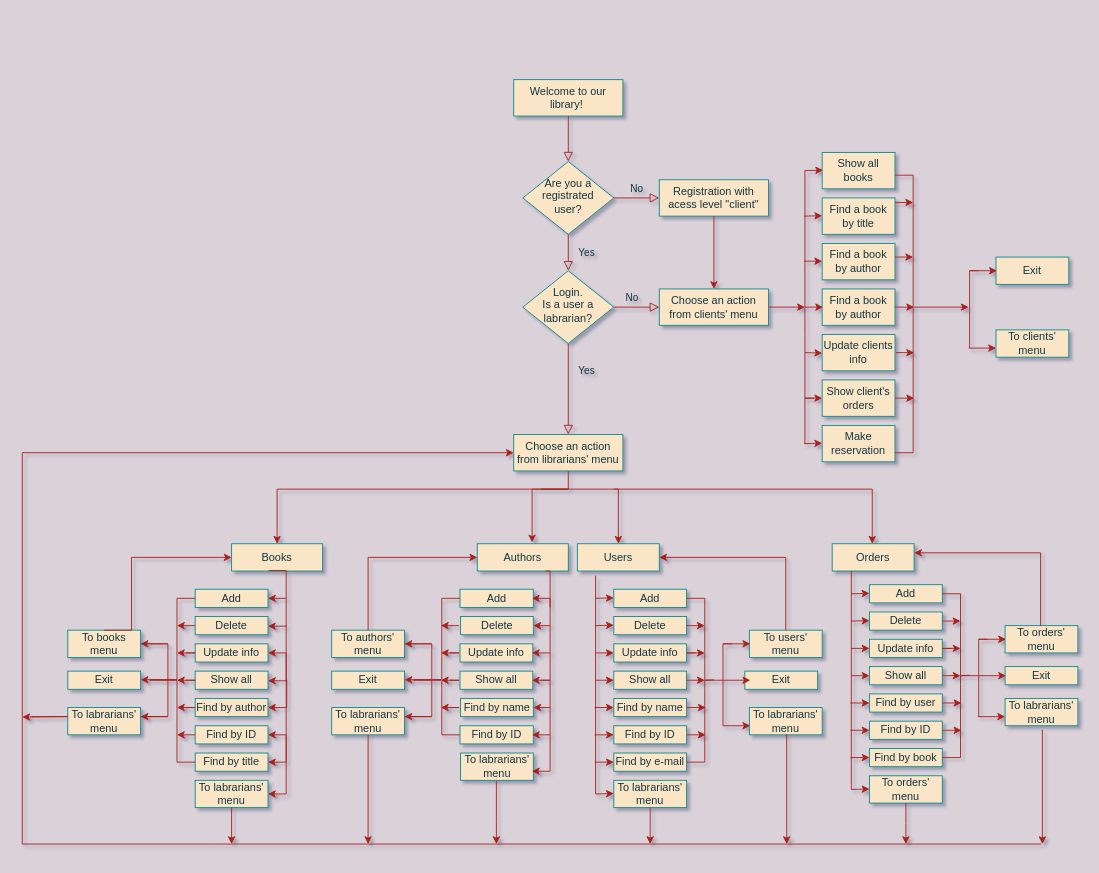
Before: presentationPrep/Untitled Diagram.drawio in Vija-M/SGT-Final-Project-Library, a draw.io diagram. Source tidied: cells renumbered, new cells numbered last; positions are measured from the earlier drawing's top-left corner, leaving out a move shared by most shapes. Both pictures are drawn from the tidied source at 91%, with x=0, y=0 at pixel (22, 79).
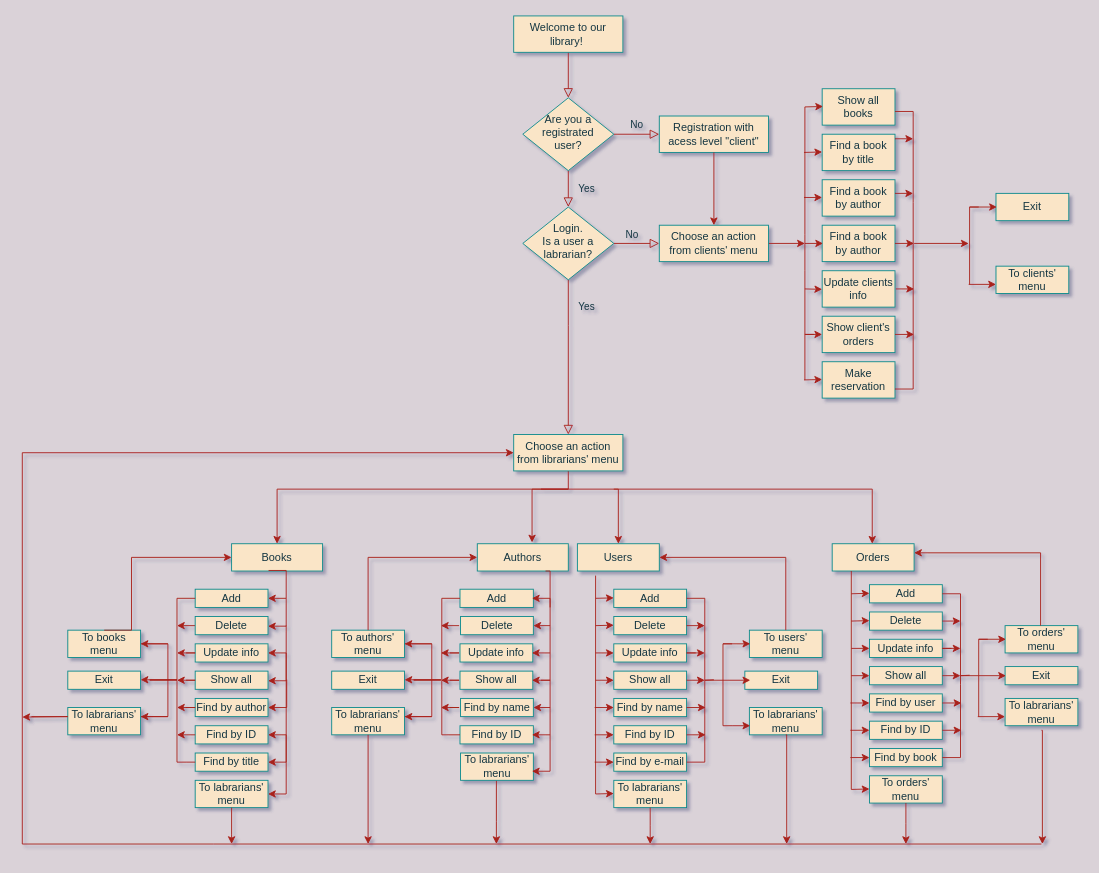
After the change.

Unchanged cells that the change refers to:
```xml
<mxCell id="13" value="Choose an action from librarians' menu" style="whiteSpace=wrap;html=1;fontSize=12;glass=0;strokeWidth=1;shadow=0;fillColor=#FAE5C7;strokeColor=#0F8B8D;fontColor=#143642;rounded=0;" parent="1" vertex="1">
  <mxGeometry x="540" y="390" width="120" height="40" as="geometry" />
</mxCell>
<mxCell id="16" value="Books" style="whiteSpace=wrap;html=1;shadow=0;strokeWidth=1;glass=0;fillColor=#FAE5C7;strokeColor=#0F8B8D;fontColor=#143642;rounded=0;" parent="1" vertex="1">
  <mxGeometry x="230" y="510" width="100" height="30" as="geometry" />
</mxCell>
```

The edit, as a diff of the source:
```diff
@@
     <mxCell id="3" value="Welcome to our library!&amp;nbsp;" style="whiteSpace=wrap;html=1;fontSize=12;glass=0;strokeWidth=1;shadow=0;fillColor=#FAE5C7;strokeColor=#0F8B8D;fontColor=#143642;rounded=0;" parent="1" vertex="1">
-      <mxGeometry x="540" width="120" height="40" as="geometry" />
+      <mxGeometry x="540" y="-70" width="120" height="40" as="geometry" />
     </mxCell>
@@
     <mxCell id="6" value="Are you a registrated user?" style="rhombus;whiteSpace=wrap;html=1;shadow=0;fontFamily=Helvetica;fontSize=12;align=center;strokeWidth=1;spacing=6;spacingTop=-4;fillColor=#FAE5C7;strokeColor=#0F8B8D;fontColor=#143642;rounded=0;" parent="1" vertex="1">
-      <mxGeometry x="550" y="90" width="100" height="80" as="geometry" />
+      <mxGeometry x="550" y="20" width="100" height="80" as="geometry" />
     </mxCell>
     <mxCell id="7" value="Registration with acess level &quot;client&quot;" style="whiteSpace=wrap;html=1;fontSize=12;glass=0;strokeWidth=1;shadow=0;fillColor=#FAE5C7;strokeColor=#0F8B8D;fontColor=#143642;rounded=0;" parent="1" vertex="1">
-      <mxGeometry x="700" y="110" width="120" height="40" as="geometry" />
+      <mxGeometry x="700" y="40" width="120" height="40" as="geometry" />
     </mxCell>
     <mxCell id="8" value="No" style="html=1;jettySize=auto;fontSize=11;endArrow=block;endFill=0;endSize=8;strokeWidth=1;shadow=0;labelBackgroundColor=none;edgeStyle=orthogonalEdgeStyle;strokeColor=#A8201A;fontColor=#143642;rounded=0;" parent="1" edge="1" source="10" target="13">
       <mxGeometry x="-1" y="86" relative="1" as="geometry">
+        <Array as="points">
+          <mxPoint x="600" y="270" />
+          <mxPoint x="600" y="270" />
+        </Array>
         <mxPoint x="-16" y="-50" as="offset" />
       </mxGeometry>
     </mxCell>
@@
     <mxCell id="10" value="Login. &lt;br&gt;Is a user a labrarian?" style="rhombus;whiteSpace=wrap;html=1;shadow=0;fontFamily=Helvetica;fontSize=12;align=center;strokeWidth=1;spacing=6;spacingTop=-4;fillColor=#FAE5C7;strokeColor=#0F8B8D;fontColor=#143642;rounded=0;" parent="1" vertex="1">
-      <mxGeometry x="550" y="210" width="100" height="80" as="geometry" />
+      <mxGeometry x="550" y="140" width="100" height="80" as="geometry" />
     </mxCell>
@@
-    <mxCell id="12" style="edgeStyle=orthogonalEdgeStyle;jettySize=auto;html=1;strokeColor=#A8201A;fontColor=#143642;labelBackgroundColor=#DAD2D8;rounded=0;" parent="1" edge="1" source="13" target="16">
+    <mxCell id="12" style="edgeStyle=orthogonalEdgeStyle;jettySize=auto;html=1;strokeColor=#A8201A;fontColor=#143642;labelBackgroundColor=#DAD2D8;rounded=0;" parent="1" edge="1" target="16">
       <mxGeometry relative="1" as="geometry">
+        <mxPoint x="600" y="430" as="sourcePoint" />
         <Array as="points">
           <mxPoint x="600" y="450" />
           <mxPoint x="280" y="450" />
         </Array>
       </mxGeometry>
     </mxCell>
@@
     <mxCell id="14" style="edgeStyle=none;jettySize=auto;html=1;strokeColor=#A8201A;fontColor=#143642;labelBackgroundColor=#DAD2D8;rounded=0;" parent="1" edge="1" source="15">
       <mxGeometry relative="1" as="geometry">
-        <mxPoint x="860" y="250" as="targetPoint" />
+        <mxPoint x="860" y="180" as="targetPoint" />
       </mxGeometry>
     </mxCell>
     <mxCell id="15" value="Choose an action from clients' menu" style="whiteSpace=wrap;html=1;fontSize=12;glass=0;strokeWidth=1;shadow=0;fillColor=#FAE5C7;strokeColor=#0F8B8D;fontColor=#143642;rounded=0;" parent="1" vertex="1">
-      <mxGeometry x="700" y="230" width="120" height="40" as="geometry" />
+      <mxGeometry x="700" y="160" width="120" height="40" as="geometry" />
     </mxCell>
@@
-    <mxCell id="38" style="edgeStyle=orthogonalEdgeStyle;jettySize=auto;html=1;entryX=0;entryY=0.5;entryDx=0;entryDy=0;strokeColor=#A8201A;fontColor=#143642;labelBackgroundColor=#DAD2D8;rounded=0;" parent="1" edge="1" target="13">
+    <mxCell id="38" style="edgeStyle=orthogonalEdgeStyle;orthogonalLoop=1;jettySize=auto;html=1;entryX=0;entryY=0.5;entryDx=0;entryDy=0;strokeColor=#A8201A;fontColor=#143642;labelBackgroundColor=#DAD2D8;rounded=0;" parent="1" edge="1">
       <mxGeometry relative="1" as="geometry">
         <mxPoint x="1120" y="840" as="sourcePoint" />
+        <mxPoint x="540" y="410" as="targetPoint" />
         <Array as="points">
           <mxPoint x="210" y="840" />
           <mxPoint y="840" />
           <mxPoint y="410" />
         </Array>
       </mxGeometry>
     </mxCell>
@@
     <mxCell id="157" value="Find a book by author" style="whiteSpace=wrap;html=1;shadow=0;strokeWidth=1;glass=0;fillColor=#FAE5C7;strokeColor=#0F8B8D;fontColor=#143642;rounded=0;" parent="1" vertex="1">
-      <mxGeometry x="879" y="230" width="80" height="40" as="geometry" />
+      <mxGeometry x="879" y="160" width="80" height="40" as="geometry" />
     </mxCell>
     <mxCell id="158" style="edgeStyle=none;orthogonalLoop=1;jettySize=auto;html=1;exitX=0;exitY=1;exitDx=0;exitDy=0;strokeColor=#A8201A;fontColor=#143642;labelBackgroundColor=#DAD2D8;rounded=0;" parent="1" edge="1">
       <mxGeometry relative="1" as="geometry">
-        <mxPoint x="930" y="330" as="sourcePoint" />
-        <mxPoint x="930" y="330" as="targetPoint" />
+        <mxPoint x="930" y="260" as="sourcePoint" />
+        <mxPoint x="930" y="260" as="targetPoint" />
       </mxGeometry>
     </mxCell>
     <mxCell id="159" value="Show all books" style="whiteSpace=wrap;html=1;shadow=0;strokeWidth=1;glass=0;fillColor=#FAE5C7;strokeColor=#0F8B8D;fontColor=#143642;rounded=0;" parent="1" vertex="1">
-      <mxGeometry x="879" y="80" width="80" height="40" as="geometry" />
+      <mxGeometry x="879" y="10" width="80" height="40" as="geometry" />
     </mxCell>
     <mxCell id="160" value="Find a book by title" style="whiteSpace=wrap;html=1;shadow=0;strokeWidth=1;glass=0;fillColor=#FAE5C7;strokeColor=#0F8B8D;fontColor=#143642;rounded=0;" parent="1" vertex="1">
-      <mxGeometry x="879" y="130" width="80" height="40" as="geometry" />
+      <mxGeometry x="879" y="60" width="80" height="40" as="geometry" />
     </mxCell>
     <mxCell id="161" value="Find a book by author" style="whiteSpace=wrap;html=1;shadow=0;strokeWidth=1;glass=0;fillColor=#FAE5C7;strokeColor=#0F8B8D;fontColor=#143642;rounded=0;" parent="1" vertex="1">
-      <mxGeometry x="879" y="180" width="80" height="40" as="geometry" />
+      <mxGeometry x="879" y="110" width="80" height="40" as="geometry" />
     </mxCell>
     <mxCell id="162" value="Show client's orders" style="whiteSpace=wrap;html=1;shadow=0;strokeWidth=1;glass=0;fillColor=#FAE5C7;strokeColor=#0F8B8D;fontColor=#143642;rounded=0;" parent="1" vertex="1">
-      <mxGeometry x="879" y="330" width="80" height="40" as="geometry" />
+      <mxGeometry x="879" y="260" width="80" height="40" as="geometry" />
     </mxCell>
     <mxCell id="163" value="Update clients info" style="whiteSpace=wrap;html=1;shadow=0;strokeWidth=1;glass=0;fillColor=#FAE5C7;strokeColor=#0F8B8D;fontColor=#143642;rounded=0;" parent="1" vertex="1">
-      <mxGeometry x="879" y="280" width="80" height="40" as="geometry" />
+      <mxGeometry x="879" y="210" width="80" height="40" as="geometry" />
     </mxCell>
     <mxCell id="164" value="Make reservation" style="whiteSpace=wrap;html=1;shadow=0;strokeWidth=1;glass=0;fillColor=#FAE5C7;strokeColor=#0F8B8D;fontColor=#143642;rounded=0;" parent="1" vertex="1">
-      <mxGeometry x="879" y="380" width="80" height="40" as="geometry" />
+      <mxGeometry x="879" y="310" width="80" height="40" as="geometry" />
     </mxCell>
     <mxCell id="165" style="endArrow=none;html=1;strokeColor=#A8201A;fontColor=#143642;labelBackgroundColor=#DAD2D8;rounded=0;" parent="1" edge="1">
       <mxGeometry relative="1" as="geometry">
-        <mxPoint x="860" y="100" as="sourcePoint" />
-        <mxPoint x="860" y="400" as="targetPoint" />
+        <mxPoint x="860" y="30" as="sourcePoint" />
+        <mxPoint x="860" y="330" as="targetPoint" />
         <Array as="points">
-          <mxPoint x="860" y="240" />
-          <mxPoint x="860" y="280" />
+          <mxPoint x="860" y="170" />
+          <mxPoint x="860" y="210" />
         </Array>
       </mxGeometry>
     </mxCell>
@@
     <mxCell id="167" style="edgeStyle=none;orthogonalLoop=1;jettySize=auto;html=1;strokeColor=#A8201A;fontColor=#143642;labelBackgroundColor=#DAD2D8;rounded=0;" parent="1" edge="1">
       <mxGeometry relative="1" as="geometry">
-        <mxPoint x="859" y="400" as="sourcePoint" />
-        <mxPoint x="879" y="399.5" as="targetPoint" />
+        <mxPoint x="859" y="330" as="sourcePoint" />
+        <mxPoint x="879" y="329.5" as="targetPoint" />
       </mxGeometry>
     </mxCell>
     <mxCell id="168" style="edgeStyle=none;orthogonalLoop=1;jettySize=auto;html=1;strokeColor=#A8201A;fontColor=#143642;labelBackgroundColor=#DAD2D8;rounded=0;" parent="1" edge="1">
       <mxGeometry relative="1" as="geometry">
-        <mxPoint x="859" y="150" as="sourcePoint" />
-        <mxPoint x="879" y="149.5" as="targetPoint" />
+        <mxPoint x="859" y="80" as="sourcePoint" />
+        <mxPoint x="879" y="79.5" as="targetPoint" />
       </mxGeometry>
     </mxCell>
     <mxCell id="169" style="edgeStyle=none;orthogonalLoop=1;jettySize=auto;html=1;strokeColor=#A8201A;fontColor=#143642;labelBackgroundColor=#DAD2D8;rounded=0;" parent="1" edge="1">
       <mxGeometry relative="1" as="geometry">
-        <mxPoint x="859" y="199.5" as="sourcePoint" />
-        <mxPoint x="879" y="199.5" as="targetPoint" />
+        <mxPoint x="859" y="129.5" as="sourcePoint" />
+        <mxPoint x="879" y="129.5" as="targetPoint" />
       </mxGeometry>
     </mxCell>
     <mxCell id="170" style="edgeStyle=none;orthogonalLoop=1;jettySize=auto;html=1;strokeColor=#A8201A;fontColor=#143642;labelBackgroundColor=#DAD2D8;rounded=0;" parent="1" edge="1">
       <mxGeometry relative="1" as="geometry">
-        <mxPoint x="860" y="100" as="sourcePoint" />
-        <mxPoint x="880" y="99.5" as="targetPoint" />
+        <mxPoint x="860" y="30" as="sourcePoint" />
+        <mxPoint x="880" y="29.5" as="targetPoint" />
         <Array as="points">
-          <mxPoint x="860" y="99.5" />
+          <mxPoint x="860" y="29.5" />
         </Array>
       </mxGeometry>
     </mxCell>
     <mxCell id="171" style="edgeStyle=none;jettySize=auto;html=1;entryX=0;entryY=0.5;entryDx=0;entryDy=0;strokeColor=#A8201A;fontColor=#143642;labelBackgroundColor=#DAD2D8;rounded=0;" parent="1" edge="1" target="162">
       <mxGeometry relative="1" as="geometry">
-        <mxPoint x="870" y="350" as="sourcePoint" />
+        <mxPoint x="870" y="280" as="sourcePoint" />
         <Array as="points">
-          <mxPoint x="860" y="350" />
-          <mxPoint x="870" y="350" />
+          <mxPoint x="860" y="280" />
+          <mxPoint x="870" y="280" />
         </Array>
       </mxGeometry>
     </mxCell>
     <mxCell id="172" style="edgeStyle=none;orthogonalLoop=1;jettySize=auto;html=1;strokeColor=#A8201A;fontColor=#143642;labelBackgroundColor=#DAD2D8;rounded=0;" parent="1" edge="1">
       <mxGeometry relative="1" as="geometry">
-        <mxPoint x="860" y="300" as="sourcePoint" />
-        <mxPoint x="879" y="300" as="targetPoint" />
+        <mxPoint x="860" y="230" as="sourcePoint" />
+        <mxPoint x="879" y="230" as="targetPoint" />
         <Array as="points">
-          <mxPoint x="879" y="300.5" />
+          <mxPoint x="879" y="230.5" />
         </Array>
       </mxGeometry>
     </mxCell>
     <mxCell id="173" style="edgeStyle=none;orthogonalLoop=1;jettySize=auto;html=1;strokeColor=#A8201A;fontColor=#143642;labelBackgroundColor=#DAD2D8;rounded=0;" parent="1" edge="1">
       <mxGeometry relative="1" as="geometry">
-        <mxPoint x="860" y="250" as="sourcePoint" />
-        <mxPoint x="880" y="250" as="targetPoint" />
+        <mxPoint x="860" y="180" as="sourcePoint" />
+        <mxPoint x="880" y="180" as="targetPoint" />
       </mxGeometry>
     </mxCell>
     <mxCell id="174" style="edgeStyle=none;orthogonalLoop=1;jettySize=auto;html=1;entryX=1;entryY=0.75;entryDx=0;entryDy=0;strokeColor=#A8201A;fontColor=#143642;labelBackgroundColor=#DAD2D8;rounded=0;" parent="1" edge="1">
       <mxGeometry relative="1" as="geometry">
-        <mxPoint x="959" y="140" as="sourcePoint" />
-        <mxPoint x="959" y="140" as="targetPoint" />
+        <mxPoint x="959" y="70" as="sourcePoint" />
+        <mxPoint x="959" y="70" as="targetPoint" />
       </mxGeometry>
     </mxCell>
     <mxCell id="175" value="To clients' menu" style="whiteSpace=wrap;html=1;fillColor=#FAE5C7;strokeColor=#0F8B8D;fontColor=#143642;rounded=0;" parent="1" vertex="1">
-      <mxGeometry x="1070" y="275" width="80" height="30" as="geometry" />
+      <mxGeometry x="1070" y="205" width="80" height="30" as="geometry" />
     </mxCell>
     <mxCell id="176" value="Exit" style="whiteSpace=wrap;html=1;fillColor=#FAE5C7;strokeColor=#0F8B8D;fontColor=#143642;rounded=0;" parent="1" vertex="1">
-      <mxGeometry x="1070" y="195" width="80" height="30" as="geometry" />
+      <mxGeometry x="1070" y="125" width="80" height="30" as="geometry" />
     </mxCell>
     <mxCell id="177" style="endArrow=none;html=1;entryX=1;entryY=0.5;entryDx=0;entryDy=0;exitX=1;exitY=0.75;exitDx=0;exitDy=0;strokeColor=#A8201A;fontColor=#143642;labelBackgroundColor=#DAD2D8;rounded=0;" parent="1" edge="1" source="164">
       <mxGeometry relative="1" as="geometry">
-        <mxPoint x="959" y="105" as="targetPoint" />
+        <mxPoint x="959" y="35" as="targetPoint" />
         <Array as="points">
-          <mxPoint x="979" y="410" />
-          <mxPoint x="979" y="205" />
-          <mxPoint x="979" y="105" />
+          <mxPoint x="979" y="340" />
+          <mxPoint x="979" y="135" />
+          <mxPoint x="979" y="35" />
         </Array>
       </mxGeometry>
     </mxCell>
     <mxCell id="178" style="edgeStyle=none;orthogonalLoop=1;jettySize=auto;html=1;exitX=1;exitY=0.5;exitDx=0;exitDy=0;strokeColor=#A8201A;fontColor=#143642;labelBackgroundColor=#DAD2D8;rounded=0;" parent="1" edge="1">
       <mxGeometry relative="1" as="geometry">
-        <mxPoint x="959" y="135" as="sourcePoint" />
-        <mxPoint x="979" y="135" as="targetPoint" />
+        <mxPoint x="959" y="65" as="sourcePoint" />
+        <mxPoint x="979" y="65" as="targetPoint" />
       </mxGeometry>
     </mxCell>
     <mxCell id="179" style="edgeStyle=none;orthogonalLoop=1;jettySize=auto;html=1;strokeColor=#A8201A;fontColor=#143642;labelBackgroundColor=#DAD2D8;rounded=0;" parent="1" edge="1">
       <mxGeometry relative="1" as="geometry">
-        <mxPoint x="959" y="195" as="sourcePoint" />
-        <mxPoint x="979" y="195" as="targetPoint" />
+        <mxPoint x="959" y="125" as="sourcePoint" />
+        <mxPoint x="979" y="125" as="targetPoint" />
         <Array as="points">
-          <mxPoint x="959" y="195" />
+          <mxPoint x="959" y="125" />
         </Array>
       </mxGeometry>
     </mxCell>
     <mxCell id="180" style="edgeStyle=none;jettySize=auto;html=1;exitX=1;exitY=0.5;exitDx=0;exitDy=0;strokeColor=#A8201A;fontColor=#143642;labelBackgroundColor=#DAD2D8;rounded=0;" parent="1" edge="1" source="162">
       <mxGeometry relative="1" as="geometry">
-        <mxPoint x="980" y="350" as="targetPoint" />
+        <mxPoint x="980" y="280" as="targetPoint" />
       </mxGeometry>
     </mxCell>
     <mxCell id="181" style="edgeStyle=none;jettySize=auto;html=1;exitX=1;exitY=0.5;exitDx=0;exitDy=0;exitPerimeter=0;strokeColor=#A8201A;fontColor=#143642;labelBackgroundColor=#DAD2D8;rounded=0;" parent="1" edge="1" source="157">
       <mxGeometry relative="1" as="geometry">
-        <mxPoint x="980" y="250" as="targetPoint" />
+        <mxPoint x="980" y="180" as="targetPoint" />
         <Array as="points">
-          <mxPoint x="970" y="250" />
-          <mxPoint x="980" y="250" />
+          <mxPoint x="970" y="180" />
+          <mxPoint x="980" y="180" />
         </Array>
       </mxGeometry>
     </mxCell>
     <mxCell id="182" style="endArrow=none;html=1;strokeColor=#A8201A;fontColor=#143642;labelBackgroundColor=#DAD2D8;rounded=0;" parent="1" edge="1">
       <mxGeometry relative="1" as="geometry">
-        <mxPoint x="1041" y="295" as="sourcePoint" />
-        <mxPoint x="1041" y="210" as="targetPoint" />
+        <mxPoint x="1041" y="225" as="sourcePoint" />
+        <mxPoint x="1041" y="140" as="targetPoint" />
       </mxGeometry>
     </mxCell>
     <mxCell id="183" style="edgeStyle=orthogonalEdgeStyle;orthogonalLoop=1;jettySize=auto;html=1;strokeColor=#A8201A;fontColor=#143642;labelBackgroundColor=#DAD2D8;rounded=0;" parent="1" edge="1">
       <mxGeometry relative="1" as="geometry">
-        <mxPoint x="1051" y="210" as="sourcePoint" />
-        <mxPoint x="1071" y="210" as="targetPoint" />
+        <mxPoint x="1051" y="140" as="sourcePoint" />
+        <mxPoint x="1071" y="140" as="targetPoint" />
         <Array as="points">
-          <mxPoint x="1041" y="210" />
-          <mxPoint x="1041" y="210" />
+          <mxPoint x="1041" y="140" />
+          <mxPoint x="1041" y="140" />
         </Array>
       </mxGeometry>
     </mxCell>
     <mxCell id="184" style="edgeStyle=orthogonalEdgeStyle;orthogonalLoop=1;jettySize=auto;html=1;strokeColor=#A8201A;fontColor=#143642;labelBackgroundColor=#DAD2D8;rounded=0;" parent="1" edge="1">
       <mxGeometry relative="1" as="geometry">
-        <mxPoint x="1040" y="295" as="sourcePoint" />
-        <mxPoint x="1070" y="295" as="targetPoint" />
+        <mxPoint x="1040" y="225" as="sourcePoint" />
+        <mxPoint x="1070" y="225" as="targetPoint" />
         <Array as="points">
-          <mxPoint x="1070" y="295" />
-          <mxPoint x="1070" y="295" />
+          <mxPoint x="1070" y="225" />
+          <mxPoint x="1070" y="225" />
         </Array>
       </mxGeometry>
     </mxCell>
     <mxCell id="185" style="edgeStyle=none;orthogonalLoop=1;jettySize=auto;html=1;strokeColor=#A8201A;fontColor=#143642;labelBackgroundColor=#DAD2D8;rounded=0;" parent="1" edge="1">
       <mxGeometry relative="1" as="geometry">
-        <mxPoint x="960" y="300" as="sourcePoint" />
-        <mxPoint x="980" y="300" as="targetPoint" />
+        <mxPoint x="960" y="230" as="sourcePoint" />
+        <mxPoint x="980" y="230" as="targetPoint" />
       </mxGeometry>
     </mxCell>
     <mxCell id="186" style="edgeStyle=none;orthogonalLoop=1;jettySize=auto;html=1;strokeColor=#A8201A;fontColor=#143642;labelBackgroundColor=#DAD2D8;rounded=0;" parent="1" edge="1">
       <mxGeometry relative="1" as="geometry">
-        <mxPoint x="980" y="250" as="sourcePoint" />
-        <mxPoint x="1040" y="250" as="targetPoint" />
+        <mxPoint x="980" y="180" as="sourcePoint" />
+        <mxPoint x="1040" y="180" as="targetPoint" />
       </mxGeometry>
     </mxCell>
```
